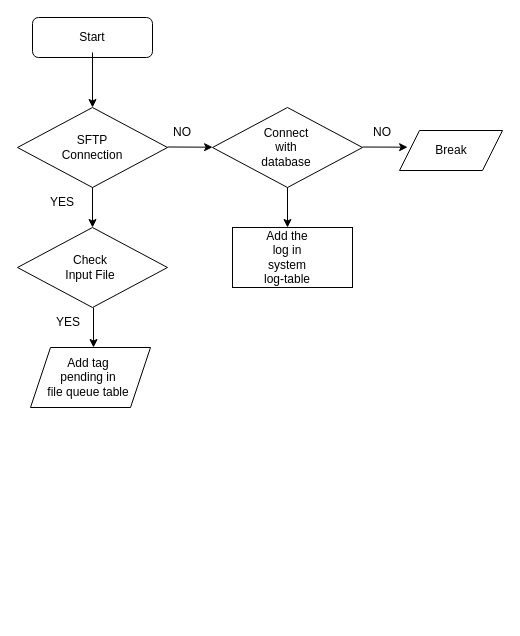
rushikesh-mallanath/draw keeps this draw.io diagram as Untitled Diagram.drawio. Above is the earlier version. Source tidied: cells renumbered, new cells numbered last; positions are measured from the earlier drawing's top-left corner, leaving out a move shared by most shapes. Both pictures are drawn from the tidied source at 100%, with x=0, y=0 at pixel (17, 17).
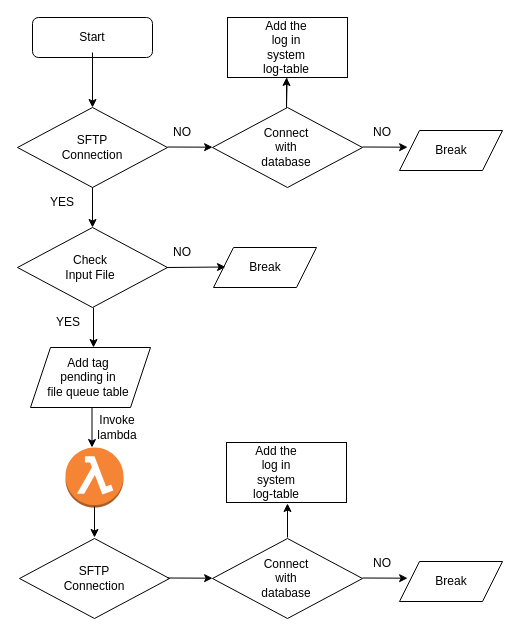
The same page after the edit.

What changed in the source:
```diff
@@
+    <mxCell id="26" style="edgeStyle=orthogonalEdgeStyle;rounded=0;jettySize=auto;html=1;" parent="1" edge="1" target="19">
+      <mxGeometry relative="1" as="geometry">
+        <mxPoint x="269" y="90" as="sourcePoint" />
+      </mxGeometry>
+    </mxCell>
@@
-    <mxCell id="17" style="endArrow=classic;html=1;rounded=0;" parent="1" edge="1">
-      <mxGeometry relative="1" as="geometry">
-        <mxPoint x="270" y="170" as="sourcePoint" />
-        <mxPoint x="270" y="210" as="targetPoint" />
-      </mxGeometry>
-    </mxCell>
     <mxCell id="18" style="rounded=0;whiteSpace=wrap;html=1;" parent="1" vertex="1">
-      <mxGeometry x="215" y="210" width="120" height="60" as="geometry" />
+      <mxGeometry x="210" width="120" height="60" as="geometry" />
     </mxCell>
     <mxCell id="19" value="Add the log in system log-table" style="text;html=1;align=center;verticalAlign=middle;whiteSpace=wrap;rounded=0;" parent="1" vertex="1">
-      <mxGeometry x="240" y="225" width="60" height="30" as="geometry" />
+      <mxGeometry x="239" y="15" width="60" height="30" as="geometry" />
     </mxCell>
@@
+    <mxCell id="27" style="endArrow=classic;html=1;rounded=0;" parent="1" edge="1">
+      <mxGeometry relative="1" as="geometry">
+        <mxPoint x="74.5" y="390" as="sourcePoint" />
+        <mxPoint x="74.5" y="430" as="targetPoint" />
+      </mxGeometry>
+    </mxCell>
+    <mxCell id="28" style="dashed=0;verticalLabelPosition=bottom;verticalAlign=top;align=center;html=1;shape=mxgraph.aws3.lambda_function;fillColor=#F58534;gradientColor=none;" parent="1" vertex="1">
+      <mxGeometry x="48" y="430" width="58" height="60" as="geometry" />
+    </mxCell>
+    <mxCell id="29" value="Invoke lambda" style="text;html=1;align=center;verticalAlign=middle;whiteSpace=wrap;rounded=0;" parent="1" vertex="1">
+      <mxGeometry x="70" y="395" width="60" height="30" as="geometry" />
+    </mxCell>
+    <mxCell id="30" style="rhombus;whiteSpace=wrap;html=1;" parent="1" vertex="1">
+      <mxGeometry x="2" y="521" width="150" height="80" as="geometry" />
+    </mxCell>
+    <mxCell id="31" style="endArrow=classic;html=1;rounded=0;" parent="1" edge="1">
+      <mxGeometry relative="1" as="geometry">
+        <mxPoint x="77" y="489" as="sourcePoint" />
+        <mxPoint x="77" y="520" as="targetPoint" />
+      </mxGeometry>
+    </mxCell>
+    <mxCell id="32" value="SFTP&lt;br style=&quot;border-color: var(--border-color);&quot;&gt;Connection" style="text;html=1;align=center;verticalAlign=middle;whiteSpace=wrap;rounded=0;" parent="1" vertex="1">
+      <mxGeometry x="47" y="546" width="60" height="30" as="geometry" />
+    </mxCell>
+    <mxCell id="33" style="endArrow=classic;html=1;rounded=0;" parent="1" edge="1">
+      <mxGeometry relative="1" as="geometry">
+        <mxPoint x="150" y="560.5" as="sourcePoint" />
+        <mxPoint x="195.1" y="560.7" as="targetPoint" />
+      </mxGeometry>
+    </mxCell>
+    <mxCell id="34" style="rhombus;whiteSpace=wrap;html=1;" parent="1" vertex="1">
+      <mxGeometry x="195" y="521" width="150" height="80" as="geometry" />
+    </mxCell>
+    <mxCell id="35" value="Connect with database" style="text;html=1;align=center;verticalAlign=middle;whiteSpace=wrap;rounded=0;" parent="1" vertex="1">
+      <mxGeometry x="239" y="546" width="60" height="30" as="geometry" />
+    </mxCell>
+    <mxCell id="36" style="endArrow=classic;html=1;rounded=0;" parent="1" edge="1">
+      <mxGeometry relative="1" as="geometry">
+        <mxPoint x="345" y="560.5" as="sourcePoint" />
+        <mxPoint x="390.1" y="560.7" as="targetPoint" />
+      </mxGeometry>
+    </mxCell>
+    <mxCell id="37" value="NO" style="text;html=1;align=center;verticalAlign=middle;whiteSpace=wrap;rounded=0;" parent="1" vertex="1">
+      <mxGeometry x="335" y="531" width="60" height="30" as="geometry" />
+    </mxCell>
+    <mxCell id="38" style="shape=parallelogram;perimeter=parallelogramPerimeter;whiteSpace=wrap;html=1;fixedSize=1;" parent="1" vertex="1">
+      <mxGeometry x="382" y="544" width="103" height="40" as="geometry" />
+    </mxCell>
+    <mxCell id="39" value="Break" style="text;html=1;align=center;verticalAlign=middle;whiteSpace=wrap;rounded=0;" parent="1" vertex="1">
+      <mxGeometry x="404" y="549" width="60" height="30" as="geometry" />
+    </mxCell>
+    <mxCell id="40" style="endArrow=classic;html=1;rounded=0;" parent="1" edge="1">
+      <mxGeometry relative="1" as="geometry">
+        <mxPoint x="269" y="90" as="sourcePoint" />
+        <mxPoint x="269" y="60" as="targetPoint" />
+      </mxGeometry>
+    </mxCell>
+    <mxCell id="41" style="rounded=0;whiteSpace=wrap;html=1;" parent="1" vertex="1">
+      <mxGeometry x="209" y="425" width="120" height="60" as="geometry" />
+    </mxCell>
+    <mxCell id="42" value="Add the log in system log-table" style="text;html=1;align=center;verticalAlign=middle;whiteSpace=wrap;rounded=0;" parent="1" vertex="1">
+      <mxGeometry x="229" y="430" width="60" height="50" as="geometry" />
+    </mxCell>
+    <mxCell id="43" style="endArrow=classic;html=1;rounded=0;" parent="1" edge="1">
+      <mxGeometry relative="1" as="geometry">
+        <mxPoint x="270" y="520" as="sourcePoint" />
+        <mxPoint x="270" y="486" as="targetPoint" />
+      </mxGeometry>
+    </mxCell>
+    <mxCell id="44" style="shape=parallelogram;perimeter=parallelogramPerimeter;whiteSpace=wrap;html=1;fixedSize=1;" parent="1" vertex="1">
+      <mxGeometry x="196" y="230" width="103" height="40" as="geometry" />
+    </mxCell>
+    <mxCell id="45" value="Break" style="text;html=1;align=center;verticalAlign=middle;whiteSpace=wrap;rounded=0;" parent="1" vertex="1">
+      <mxGeometry x="218" y="235" width="60" height="30" as="geometry" />
+    </mxCell>
+    <mxCell id="46" style="endArrow=classic;html=1;rounded=0;" parent="1" edge="1">
+      <mxGeometry relative="1" as="geometry">
+        <mxPoint x="149" y="250" as="sourcePoint" />
+        <mxPoint x="208" y="249.5" as="targetPoint" />
+      </mxGeometry>
+    </mxCell>
+    <mxCell id="47" value="NO" style="text;html=1;align=center;verticalAlign=middle;whiteSpace=wrap;rounded=0;" parent="1" vertex="1">
+      <mxGeometry x="135" y="220" width="60" height="30" as="geometry" />
+    </mxCell>
```
